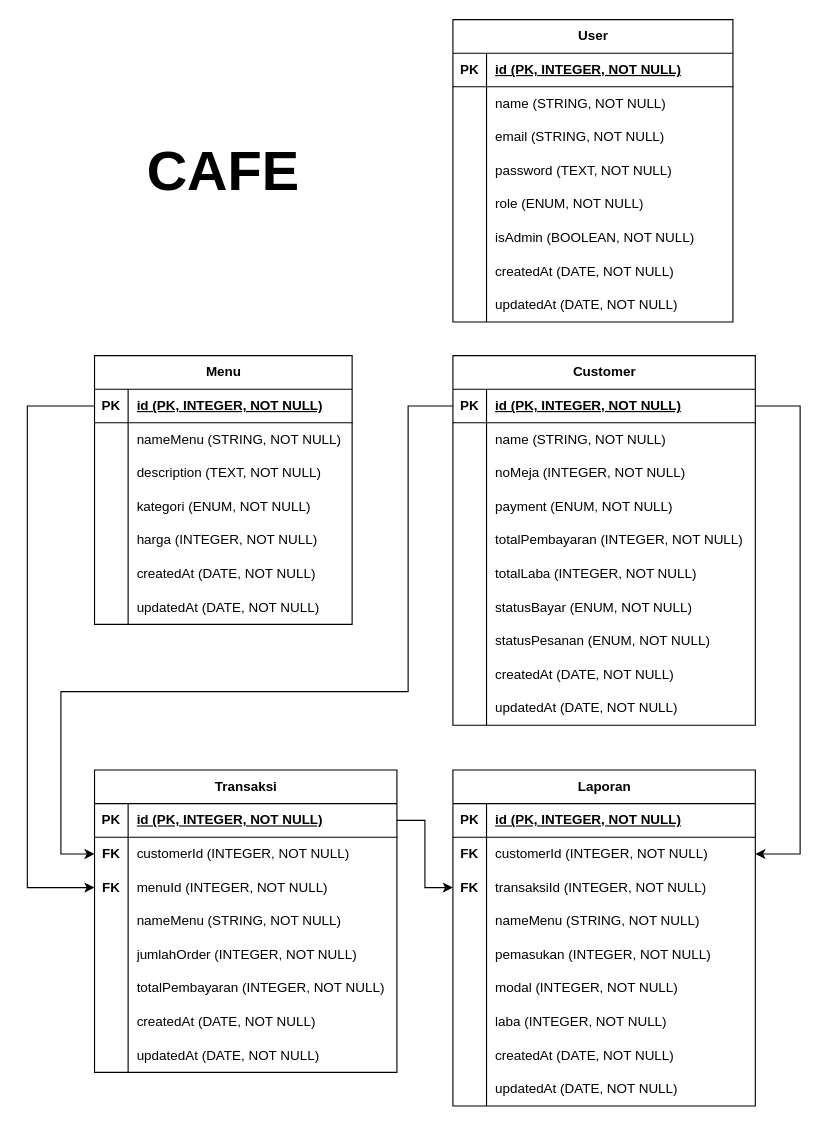
Before: assets/ERD CAFE.drawio in Kelompok1-FinalProject/server, a draw.io diagram. Source tidied: cells renumbered, new cells numbered last; positions are measured from the earlier drawing's top-left corner, leaving out a move shared by most shapes. Both pictures are drawn from the tidied source at 112%, with x=0, y=0 at pixel (27, 19).
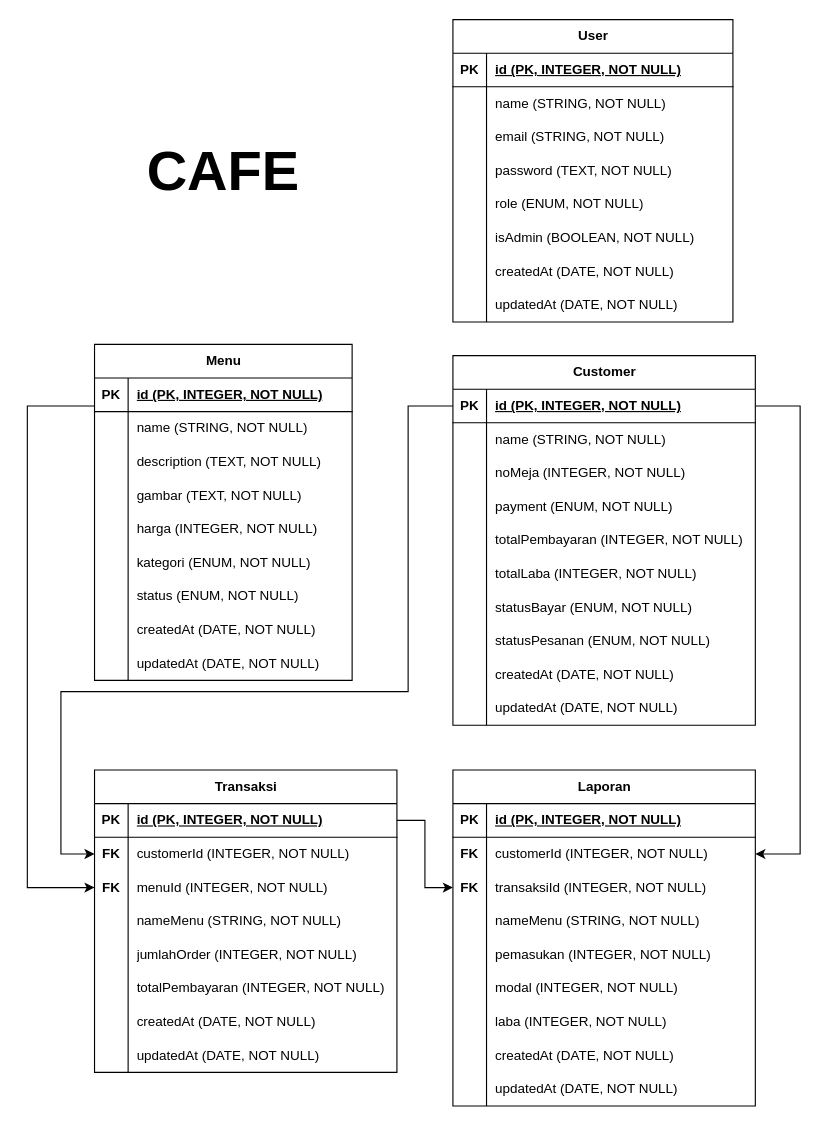
The same page after the edit.

Unchanged cells that the change refers to:
```xml
<mxCell id="90" style="shape=tableRow;horizontal=0;startSize=0;swimlaneHead=0;swimlaneBody=0;fillColor=none;top=0;left=0;right=0;bottom=0;" parent="86" vertex="1">
  <mxGeometry y="60" width="230" height="30" as="geometry" />
</mxCell>
<mxCell id="96" style="shape=tableRow;horizontal=0;startSize=0;swimlaneHead=0;swimlaneBody=0;fillColor=none;top=0;left=0;right=0;bottom=0;" parent="86" vertex="1">
  <mxGeometry y="120" width="230" height="30" as="geometry" />
</mxCell>
<mxCell id="102" style="shape=tableRow;horizontal=0;startSize=0;swimlaneHead=0;swimlaneBody=0;fillColor=none;top=0;left=0;right=0;bottom=0;" parent="86" vertex="1">
  <mxGeometry y="180" width="230" height="30" as="geometry" />
</mxCell>
<mxCell id="105" style="shape=tableRow;horizontal=0;startSize=0;swimlaneHead=0;swimlaneBody=0;fillColor=none;top=0;left=0;right=0;bottom=0;" parent="86" vertex="1">
  <mxGeometry y="210" width="230" height="30" as="geometry" />
</mxCell>
```

The edit, as a diff of the source:
```diff
@@
     <mxCell id="86" value="Menu" style="shape=table;startSize=30;childLayout=tableLayout;rowLines=0;fontStyle=1;align=center;html=1;" parent="1" vertex="1">
-      <mxGeometry x="59.9" y="300" width="230" height="240" as="geometry" />
+      <mxGeometry x="59.9" y="290" width="230" height="300" as="geometry" />
     </mxCell>
@@
-    <mxCell id="92" value="nameMenu (STRING, NOT NULL)" style="shape=partialRectangle;fillColor=none;top=0;left=0;bottom=0;right=0;align=left;spacingLeft=6;overflow=hidden;whiteSpace=wrap;html=1;" parent="90" vertex="1">
+    <mxCell id="92" value="name (STRING, NOT NULL)" style="shape=partialRectangle;fillColor=none;top=0;left=0;bottom=0;right=0;align=left;spacingLeft=6;overflow=hidden;whiteSpace=wrap;html=1;" parent="90" vertex="1">
       <mxGeometry x="30" width="200" height="30" as="geometry" />
     </mxCell>
@@
-    <mxCell id="98" value="kategori&amp;nbsp;(ENUM, NOT NULL)" style="shape=partialRectangle;fillColor=none;top=0;left=0;bottom=0;right=0;align=left;spacingLeft=6;overflow=hidden;whiteSpace=wrap;html=1;" parent="96" vertex="1">
+    <mxCell id="98" value="gambar (TEXT, NOT NULL)" style="shape=partialRectangle;fillColor=none;top=0;left=0;bottom=0;right=0;align=left;spacingLeft=6;overflow=hidden;whiteSpace=wrap;html=1;" parent="96" vertex="1">
       <mxGeometry x="30" width="200" height="30" as="geometry" />
     </mxCell>
@@
-    <mxCell id="104" value="createdAt&amp;nbsp;(DATE, NOT NULL)" style="shape=partialRectangle;fillColor=none;top=0;left=0;bottom=0;right=0;align=left;spacingLeft=6;overflow=hidden;whiteSpace=wrap;html=1;" parent="102" vertex="1">
+    <mxCell id="104" value="kategori&amp;nbsp;(ENUM, NOT NULL)" style="shape=partialRectangle;fillColor=none;top=0;left=0;bottom=0;right=0;align=left;spacingLeft=6;overflow=hidden;whiteSpace=wrap;html=1;" parent="102" vertex="1">
       <mxGeometry x="30" width="200" height="30" as="geometry" />
     </mxCell>
@@
-    <mxCell id="107" value="updatedAt&amp;nbsp;(DATE, NOT NULL)" style="shape=partialRectangle;fillColor=none;top=0;left=0;bottom=0;right=0;align=left;spacingLeft=6;overflow=hidden;whiteSpace=wrap;html=1;" parent="105" vertex="1">
+    <mxCell id="107" value="status (ENUM, NOT NULL)" style="shape=partialRectangle;fillColor=none;top=0;left=0;bottom=0;right=0;align=left;spacingLeft=6;overflow=hidden;whiteSpace=wrap;html=1;" parent="105" vertex="1">
       <mxGeometry x="30" width="200" height="30" as="geometry" />
     </mxCell>
+    <mxCell id="138" style="shape=tableRow;horizontal=0;startSize=0;swimlaneHead=0;swimlaneBody=0;fillColor=none;top=0;left=0;right=0;bottom=0;" parent="86" vertex="1">
+      <mxGeometry y="240" width="230" height="30" as="geometry" />
+    </mxCell>
+    <mxCell id="139" style="shape=partialRectangle;fillColor=none;top=0;left=0;bottom=0;right=0;overflow=hidden;whiteSpace=wrap;html=1;" parent="138" vertex="1">
+      <mxGeometry width="30" height="30" as="geometry" />
+    </mxCell>
+    <mxCell id="140" value="createdAt&amp;nbsp;(DATE, NOT NULL)" style="shape=partialRectangle;fillColor=none;top=0;left=0;bottom=0;right=0;align=left;spacingLeft=6;overflow=hidden;whiteSpace=wrap;html=1;" parent="138" vertex="1">
+      <mxGeometry x="30" width="200" height="30" as="geometry" />
+    </mxCell>
+    <mxCell id="141" style="shape=tableRow;horizontal=0;startSize=0;swimlaneHead=0;swimlaneBody=0;fillColor=none;top=0;left=0;right=0;bottom=0;" parent="86" vertex="1">
+      <mxGeometry y="270" width="230" height="30" as="geometry" />
+    </mxCell>
+    <mxCell id="142" style="shape=partialRectangle;fillColor=none;top=0;left=0;bottom=0;right=0;overflow=hidden;whiteSpace=wrap;html=1;" parent="141" vertex="1">
+      <mxGeometry width="30" height="30" as="geometry" />
+    </mxCell>
+    <mxCell id="143" value="updatedAt&amp;nbsp;(DATE, NOT NULL)" style="shape=partialRectangle;fillColor=none;top=0;left=0;bottom=0;right=0;align=left;spacingLeft=6;overflow=hidden;whiteSpace=wrap;html=1;" parent="141" vertex="1">
+      <mxGeometry x="30" width="200" height="30" as="geometry" />
+    </mxCell>
```
